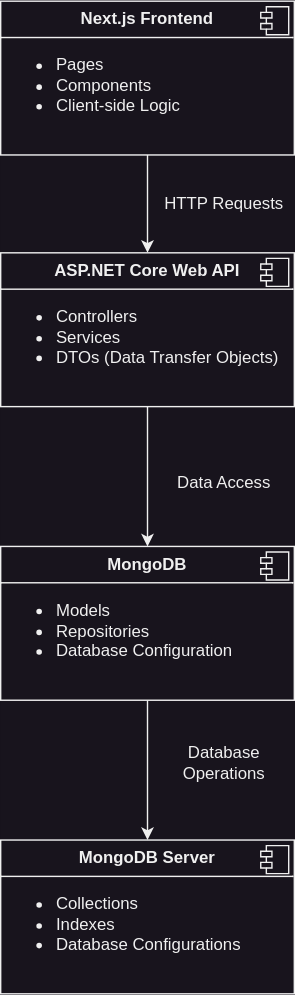
Before: docs/Athleisurce-Layered-Architecture.svg, a diagram exported from draw.io (BDoGG12/athleisurce). Source tidied: cells renumbered, new cells last; positions are measured from the earlier drawing's top-left corner, leaving out a move shared by most shapes. The source it was exported from:
```xml
<mxGraphModel>
  <root>
    <mxCell id="0" />
    <mxCell id="1" parent="0" />
    <mxCell id="2" style="edgeStyle=orthogonalEdgeStyle;rounded=0;jettySize=auto;html=1;exitX=0.5;exitY=1;exitDx=0;exitDy=0;" parent="1" edge="1" source="3" target="6">
      <mxGeometry relative="1" as="geometry" />
    </mxCell>
    <mxCell id="3" value="&lt;p style=&quot;margin:0px;margin-top:6px;text-align:center;&quot;&gt;&lt;b&gt;Next.js Frontend&lt;/b&gt;&lt;/p&gt;&lt;hr size=&quot;1&quot; style=&quot;border-style:solid;&quot;&gt;&lt;p style=&quot;margin:0px;margin-left:8px;&quot;&gt;&lt;/p&gt;&lt;ul&gt;&lt;li&gt;&lt;span style=&quot;background-color: initial;&quot;&gt;Pages&lt;/span&gt;&lt;/li&gt;&lt;li&gt;&lt;span style=&quot;background-color: initial;&quot;&gt;Components&lt;/span&gt;&lt;br&gt;&lt;/li&gt;&lt;li&gt;&lt;span style=&quot;background-color: initial;&quot;&gt;Client-side Logic&lt;/span&gt;&lt;/li&gt;&lt;/ul&gt;&lt;p&gt;&lt;/p&gt;" style="align=left;overflow=fill;html=1;whiteSpace=wrap;rounded=0;" parent="1" vertex="1">
      <mxGeometry width="210" height="110" as="geometry" />
    </mxCell>
    <mxCell id="4" style="shape=component;jettyWidth=8;jettyHeight=4;rounded=0;" parent="3" vertex="1">
      <mxGeometry x="1" width="20" height="20" relative="1" as="geometry">
        <mxPoint x="-24" y="4" as="offset" />
      </mxGeometry>
    </mxCell>
    <mxCell id="5" style="edgeStyle=orthogonalEdgeStyle;rounded=0;jettySize=auto;html=1;exitX=0.5;exitY=1;exitDx=0;exitDy=0;entryX=0.5;entryY=0;entryDx=0;entryDy=0;" parent="1" edge="1" source="6" target="9">
      <mxGeometry relative="1" as="geometry" />
    </mxCell>
    <mxCell id="6" value="&lt;p style=&quot;margin:0px;margin-top:6px;text-align:center;&quot;&gt;&lt;b&gt;ASP.NET Core Web API&lt;/b&gt;&lt;/p&gt;&lt;hr size=&quot;1&quot; style=&quot;border-style:solid;&quot;&gt;&lt;p style=&quot;margin:0px;margin-left:8px;&quot;&gt;&lt;/p&gt;&lt;ul&gt;&lt;li&gt;Controllers&lt;/li&gt;&lt;li&gt;Services&lt;/li&gt;&lt;li&gt;DTOs (Data Transfer Objects)&lt;/li&gt;&lt;/ul&gt;&lt;p&gt;&lt;/p&gt;" style="align=left;overflow=fill;html=1;whiteSpace=wrap;rounded=0;" parent="1" vertex="1">
      <mxGeometry y="180" width="210" height="110" as="geometry" />
    </mxCell>
    <mxCell id="7" style="shape=component;jettyWidth=8;jettyHeight=4;rounded=0;" parent="6" vertex="1">
      <mxGeometry x="1" width="20" height="20" relative="1" as="geometry">
        <mxPoint x="-24" y="4" as="offset" />
      </mxGeometry>
    </mxCell>
    <mxCell id="8" style="edgeStyle=orthogonalEdgeStyle;rounded=0;jettySize=auto;html=1;exitX=0.5;exitY=1;exitDx=0;exitDy=0;entryX=0.5;entryY=0;entryDx=0;entryDy=0;" parent="1" edge="1" source="9" target="11">
      <mxGeometry relative="1" as="geometry" />
    </mxCell>
    <mxCell id="9" value="&lt;p style=&quot;margin:0px;margin-top:6px;text-align:center;&quot;&gt;&lt;b&gt;MongoDB&lt;/b&gt;&lt;/p&gt;&lt;hr size=&quot;1&quot; style=&quot;border-style:solid;&quot;&gt;&lt;p style=&quot;margin:0px;margin-left:8px;&quot;&gt;&lt;/p&gt;&lt;ul&gt;&lt;li&gt;Models&lt;/li&gt;&lt;li&gt;Repositories&lt;/li&gt;&lt;li&gt;Database Configuration&lt;/li&gt;&lt;/ul&gt;&lt;p&gt;&lt;/p&gt;" style="align=left;overflow=fill;html=1;whiteSpace=wrap;rounded=0;" parent="1" vertex="1">
      <mxGeometry y="390" width="210" height="110" as="geometry" />
    </mxCell>
    <mxCell id="10" style="shape=component;jettyWidth=8;jettyHeight=4;rounded=0;" parent="9" vertex="1">
      <mxGeometry x="1" width="20" height="20" relative="1" as="geometry">
        <mxPoint x="-24" y="4" as="offset" />
      </mxGeometry>
    </mxCell>
    <mxCell id="11" value="&lt;p style=&quot;margin:0px;margin-top:6px;text-align:center;&quot;&gt;&lt;b&gt;MongoDB Server&lt;/b&gt;&lt;/p&gt;&lt;hr size=&quot;1&quot; style=&quot;border-style:solid;&quot;&gt;&lt;p style=&quot;margin:0px;margin-left:8px;&quot;&gt;&lt;/p&gt;&lt;ul&gt;&lt;li&gt;Collections&lt;/li&gt;&lt;li&gt;Indexes&lt;/li&gt;&lt;li&gt;Database Configurations&lt;/li&gt;&lt;/ul&gt;&lt;p&gt;&lt;/p&gt;" style="align=left;overflow=fill;html=1;whiteSpace=wrap;rounded=0;" parent="1" vertex="1">
      <mxGeometry y="600" width="210" height="110" as="geometry" />
    </mxCell>
    <mxCell id="12" style="shape=component;jettyWidth=8;jettyHeight=4;rounded=0;" parent="11" vertex="1">
      <mxGeometry x="1" width="20" height="20" relative="1" as="geometry">
        <mxPoint x="-24" y="4" as="offset" />
      </mxGeometry>
    </mxCell>
    <mxCell id="13" value="HTTP Requests" style="text;html=1;align=center;verticalAlign=middle;whiteSpace=wrap;rounded=0;" parent="1" vertex="1">
      <mxGeometry x="115" y="130" width="90" height="30" as="geometry" />
    </mxCell>
    <mxCell id="14" value="Data Access" style="text;html=1;align=center;verticalAlign=middle;whiteSpace=wrap;rounded=0;" parent="1" vertex="1">
      <mxGeometry x="115" y="330" width="90" height="30" as="geometry" />
    </mxCell>
    <mxCell id="15" value="Database Operations" style="text;html=1;align=center;verticalAlign=middle;whiteSpace=wrap;rounded=0;" parent="1" vertex="1">
      <mxGeometry x="115" y="530" width="90" height="30" as="geometry" />
    </mxCell>
  </root>
</mxGraphModel>
```
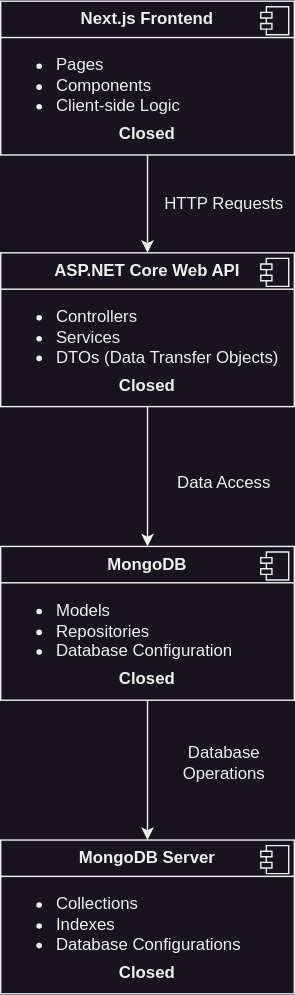
After the commit.

Commit message:
Marked each layer Closed.

Change to the diagram source:
```diff
@@ -8,41 +8,41 @@
     <mxCell id="3" value="&lt;p style=&quot;margin:0px;margin-top:6px;text-align:center;&quot;&gt;&lt;b&gt;Next.js Frontend&lt;/b&gt;&lt;/p&gt;&lt;hr size=&quot;1&quot; style=&quot;border-style:solid;&quot;&gt;&lt;p style=&quot;margin:0px;margin-left:8px;&quot;&gt;&lt;/p&gt;&lt;ul&gt;&lt;li&gt;&lt;span style=&quot;background-color: initial;&quot;&gt;Pages&lt;/span&gt;&lt;/li&gt;&lt;li&gt;&lt;span style=&quot;background-color: initial;&quot;&gt;Components&lt;/span&gt;&lt;br&gt;&lt;/li&gt;&lt;li&gt;&lt;span style=&quot;background-color: initial;&quot;&gt;Client-side Logic&lt;/span&gt;&lt;/li&gt;&lt;/ul&gt;&lt;p&gt;&lt;/p&gt;" style="align=left;overflow=fill;html=1;whiteSpace=wrap;rounded=0;" parent="1" vertex="1">
       <mxGeometry width="210" height="110" as="geometry" />
     </mxCell>
-    <mxCell id="4" style="shape=component;jettyWidth=8;jettyHeight=4;rounded=0;" parent="3" vertex="1">
-      <mxGeometry x="1" width="20" height="20" relative="1" as="geometry">
-        <mxPoint x="-24" y="4" as="offset" />
-      </mxGeometry>
-    </mxCell>
+    <mxCell id="16" style="shape=component;jettyWidth=8;jettyHeight=4;rounded=0;" parent="3" vertex="1">
+      <mxGeometry x="1" width="20" height="20" relative="1" as="geometry">
+        <mxPoint x="-24" y="4" as="offset" />
+      </mxGeometry>
+    </mxCell>
     <mxCell id="5" style="edgeStyle=orthogonalEdgeStyle;rounded=0;jettySize=auto;html=1;exitX=0.5;exitY=1;exitDx=0;exitDy=0;entryX=0.5;entryY=0;entryDx=0;entryDy=0;" parent="1" edge="1" source="6" target="9">
       <mxGeometry relative="1" as="geometry" />
     </mxCell>
     <mxCell id="6" value="&lt;p style=&quot;margin:0px;margin-top:6px;text-align:center;&quot;&gt;&lt;b&gt;ASP.NET Core Web API&lt;/b&gt;&lt;/p&gt;&lt;hr size=&quot;1&quot; style=&quot;border-style:solid;&quot;&gt;&lt;p style=&quot;margin:0px;margin-left:8px;&quot;&gt;&lt;/p&gt;&lt;ul&gt;&lt;li&gt;Controllers&lt;/li&gt;&lt;li&gt;Services&lt;/li&gt;&lt;li&gt;DTOs (Data Transfer Objects)&lt;/li&gt;&lt;/ul&gt;&lt;p&gt;&lt;/p&gt;" style="align=left;overflow=fill;html=1;whiteSpace=wrap;rounded=0;" parent="1" vertex="1">
       <mxGeometry y="180" width="210" height="110" as="geometry" />
     </mxCell>
-    <mxCell id="7" style="shape=component;jettyWidth=8;jettyHeight=4;rounded=0;" parent="6" vertex="1">
-      <mxGeometry x="1" width="20" height="20" relative="1" as="geometry">
-        <mxPoint x="-24" y="4" as="offset" />
-      </mxGeometry>
-    </mxCell>
+    <mxCell id="17" style="shape=component;jettyWidth=8;jettyHeight=4;rounded=0;" parent="6" vertex="1">
+      <mxGeometry x="1" width="20" height="20" relative="1" as="geometry">
+        <mxPoint x="-24" y="4" as="offset" />
+      </mxGeometry>
+    </mxCell>
     <mxCell id="8" style="edgeStyle=orthogonalEdgeStyle;rounded=0;jettySize=auto;html=1;exitX=0.5;exitY=1;exitDx=0;exitDy=0;entryX=0.5;entryY=0;entryDx=0;entryDy=0;" parent="1" edge="1" source="9" target="11">
       <mxGeometry relative="1" as="geometry" />
     </mxCell>
     <mxCell id="9" value="&lt;p style=&quot;margin:0px;margin-top:6px;text-align:center;&quot;&gt;&lt;b&gt;MongoDB&lt;/b&gt;&lt;/p&gt;&lt;hr size=&quot;1&quot; style=&quot;border-style:solid;&quot;&gt;&lt;p style=&quot;margin:0px;margin-left:8px;&quot;&gt;&lt;/p&gt;&lt;ul&gt;&lt;li&gt;Models&lt;/li&gt;&lt;li&gt;Repositories&lt;/li&gt;&lt;li&gt;Database Configuration&lt;/li&gt;&lt;/ul&gt;&lt;p&gt;&lt;/p&gt;" style="align=left;overflow=fill;html=1;whiteSpace=wrap;rounded=0;" parent="1" vertex="1">
       <mxGeometry y="390" width="210" height="110" as="geometry" />
     </mxCell>
-    <mxCell id="10" style="shape=component;jettyWidth=8;jettyHeight=4;rounded=0;" parent="9" vertex="1">
-      <mxGeometry x="1" width="20" height="20" relative="1" as="geometry">
-        <mxPoint x="-24" y="4" as="offset" />
-      </mxGeometry>
-    </mxCell>
+    <mxCell id="18" style="shape=component;jettyWidth=8;jettyHeight=4;rounded=0;" parent="9" vertex="1">
+      <mxGeometry x="1" width="20" height="20" relative="1" as="geometry">
+        <mxPoint x="-24" y="4" as="offset" />
+      </mxGeometry>
+    </mxCell>
     <mxCell id="11" value="&lt;p style=&quot;margin:0px;margin-top:6px;text-align:center;&quot;&gt;&lt;b&gt;MongoDB Server&lt;/b&gt;&lt;/p&gt;&lt;hr size=&quot;1&quot; style=&quot;border-style:solid;&quot;&gt;&lt;p style=&quot;margin:0px;margin-left:8px;&quot;&gt;&lt;/p&gt;&lt;ul&gt;&lt;li&gt;Collections&lt;/li&gt;&lt;li&gt;Indexes&lt;/li&gt;&lt;li&gt;Database Configurations&lt;/li&gt;&lt;/ul&gt;&lt;p&gt;&lt;/p&gt;" style="align=left;overflow=fill;html=1;whiteSpace=wrap;rounded=0;" parent="1" vertex="1">
       <mxGeometry y="600" width="210" height="110" as="geometry" />
     </mxCell>
-    <mxCell id="12" style="shape=component;jettyWidth=8;jettyHeight=4;rounded=0;" parent="11" vertex="1">
-      <mxGeometry x="1" width="20" height="20" relative="1" as="geometry">
-        <mxPoint x="-24" y="4" as="offset" />
-      </mxGeometry>
-    </mxCell>
+    <mxCell id="19" style="shape=component;jettyWidth=8;jettyHeight=4;rounded=0;" parent="11" vertex="1">
+      <mxGeometry x="1" width="20" height="20" relative="1" as="geometry">
+        <mxPoint x="-24" y="4" as="offset" />
+      </mxGeometry>
+    </mxCell>
     <mxCell id="13" value="HTTP Requests" style="text;html=1;align=center;verticalAlign=middle;whiteSpace=wrap;rounded=0;" parent="1" vertex="1">
       <mxGeometry x="115" y="130" width="90" height="30" as="geometry" />
     </mxCell>
@@ -52,5 +52,17 @@
     <mxCell id="15" value="Database Operations" style="text;html=1;align=center;verticalAlign=middle;whiteSpace=wrap;rounded=0;" parent="1" vertex="1">
       <mxGeometry x="115" y="530" width="90" height="30" as="geometry" />
     </mxCell>
+    <mxCell id="20" value="&lt;b&gt;Closed&lt;/b&gt;" style="text;html=1;align=center;verticalAlign=middle;whiteSpace=wrap;rounded=0;" parent="1" vertex="1">
+      <mxGeometry x="75" y="80" width="60" height="30" as="geometry" />
+    </mxCell>
+    <mxCell id="21" value="&lt;b&gt;Closed&lt;/b&gt;" style="text;html=1;align=center;verticalAlign=middle;whiteSpace=wrap;rounded=0;" parent="1" vertex="1">
+      <mxGeometry x="75" y="260" width="60" height="30" as="geometry" />
+    </mxCell>
+    <mxCell id="22" value="&lt;b&gt;Closed&lt;/b&gt;" style="text;html=1;align=center;verticalAlign=middle;whiteSpace=wrap;rounded=0;" parent="1" vertex="1">
+      <mxGeometry x="75" y="470" width="60" height="30" as="geometry" />
+    </mxCell>
+    <mxCell id="23" value="&lt;b&gt;Closed&lt;/b&gt;" style="text;html=1;align=center;verticalAlign=middle;whiteSpace=wrap;rounded=0;" parent="1" vertex="1">
+      <mxGeometry x="75" y="680" width="60" height="30" as="geometry" />
+    </mxCell>
   </root>
 </mxGraphModel>
```
